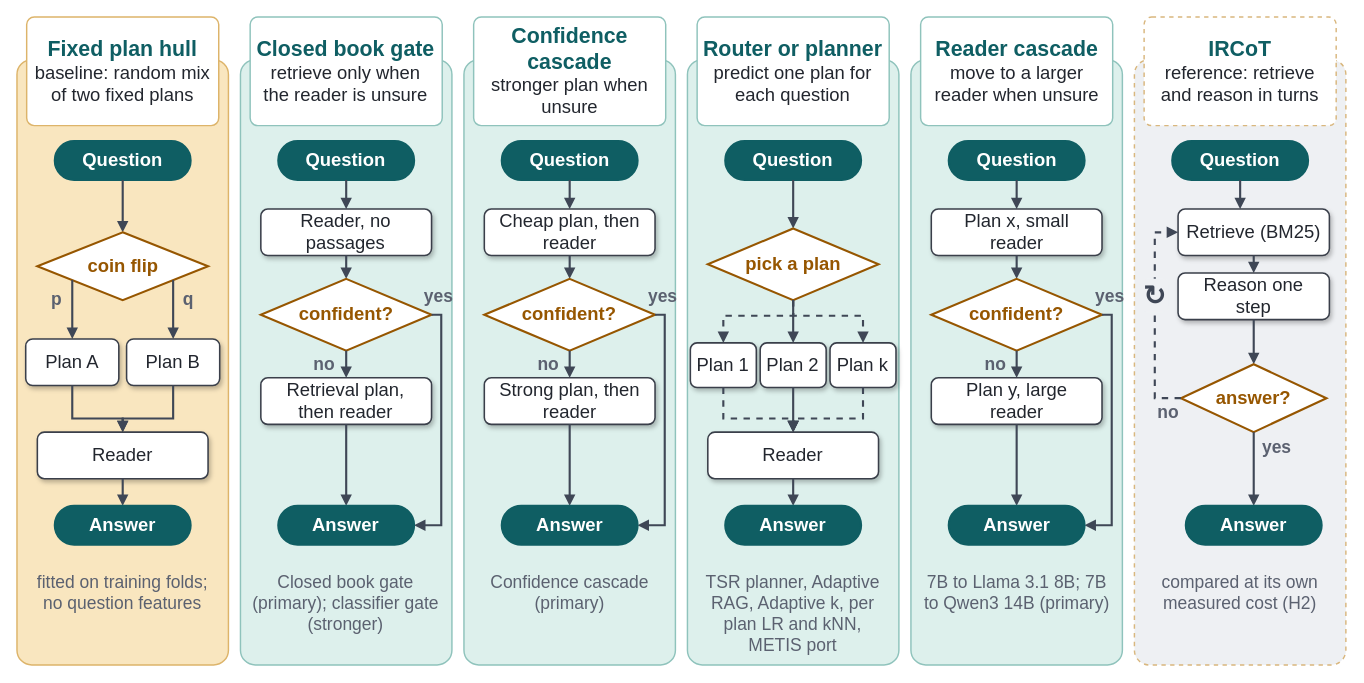
The draw.io diagram results_full/figures_final/fig_policies.drawio in yasirsaleem-lab/FunnelPlan, before the edit. Source tidied: cells renumbered, new cells numbered last; positions are measured from the earlier drawing's top-left corner, leaving out a move shared by most shapes. Both pictures are drawn from the tidied source at 97%, with x=0, y=0 at pixel (16, 16).
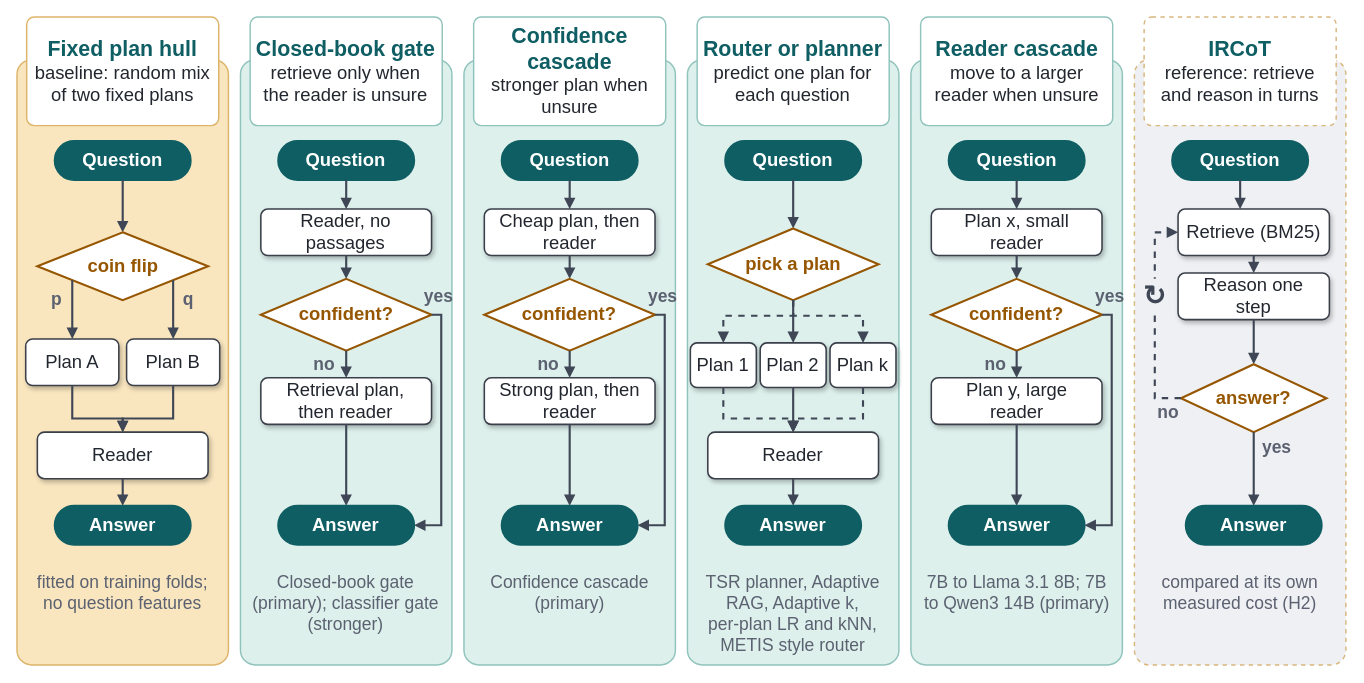
After the change.

Diff of the diagram source:
```diff
@@
-    <mxCell id="28" value="&lt;b&gt;&lt;font style=&quot;font-size:22px&quot; color=&quot;#0F5E63&quot;&gt;Closed book gate&lt;/font&gt;&lt;/b&gt;&lt;br&gt;&lt;font style=&quot;font-size:19px&quot; color=&quot;#22262E&quot;&gt;retrieve only when&lt;/font&gt;&lt;br&gt;&lt;font style=&quot;font-size:19px&quot; color=&quot;#22262E&quot;&gt;the reader is unsure&lt;/font&gt;" style="text;html=1;whiteSpace=wrap;fillColor=none;strokeColor=none;fontFamily=Helvetica;align=center;verticalAlign=middle;spacing=6;" parent="1" vertex="1">
+    <mxCell id="28" value="&lt;b&gt;&lt;font style=&quot;font-size:22px&quot; color=&quot;#0F5E63&quot;&gt;Closed-book gate&lt;/font&gt;&lt;/b&gt;&lt;br&gt;&lt;font style=&quot;font-size:19px&quot; color=&quot;#22262E&quot;&gt;retrieve only when&lt;/font&gt;&lt;br&gt;&lt;font style=&quot;font-size:19px&quot; color=&quot;#22262E&quot;&gt;the reader is unsure&lt;/font&gt;" style="text;html=1;whiteSpace=wrap;fillColor=none;strokeColor=none;fontFamily=Helvetica;align=center;verticalAlign=middle;spacing=6;" parent="1" vertex="1">
       <mxGeometry x="240.4" width="198" height="112" as="geometry" />
     </mxCell>
-    <mxCell id="29" value="&lt;font style=&quot;font-size:18px&quot; color=&quot;#5B6170&quot;&gt;Closed book gate&lt;/font&gt;&lt;br&gt;&lt;font style=&quot;font-size:18px&quot; color=&quot;#5B6170&quot;&gt;(primary); classifier gate&lt;/font&gt;&lt;br&gt;&lt;font style=&quot;font-size:18px&quot; color=&quot;#5B6170&quot;&gt;(stronger)&lt;/font&gt;" style="text;html=1;whiteSpace=wrap;fillColor=none;strokeColor=none;fontFamily=Helvetica;align=center;verticalAlign=top;spacing=4;" parent="1" vertex="1">
+    <mxCell id="29" value="&lt;font style=&quot;font-size:18px&quot; color=&quot;#5B6170&quot;&gt;Closed-book gate&lt;/font&gt;&lt;br&gt;&lt;font style=&quot;font-size:18px&quot; color=&quot;#5B6170&quot;&gt;(primary); classifier gate&lt;/font&gt;&lt;br&gt;&lt;font style=&quot;font-size:18px&quot; color=&quot;#5B6170&quot;&gt;(stronger)&lt;/font&gt;" style="text;html=1;whiteSpace=wrap;fillColor=none;strokeColor=none;fontFamily=Helvetica;align=center;verticalAlign=top;spacing=4;" parent="1" vertex="1">
       <mxGeometry x="236.4" y="564" width="206" height="100" as="geometry" />
     </mxCell>
@@
-    <mxCell id="71" value="&lt;font style=&quot;font-size:18px&quot; color=&quot;#5B6170&quot;&gt;TSR planner, Adaptive&lt;/font&gt;&lt;br&gt;&lt;font style=&quot;font-size:18px&quot; color=&quot;#5B6170&quot;&gt;RAG, Adaptive k, per&lt;/font&gt;&lt;br&gt;&lt;font style=&quot;font-size:18px&quot; color=&quot;#5B6170&quot;&gt;plan LR and kNN,&lt;/font&gt;&lt;br&gt;&lt;font style=&quot;font-size:18px&quot; color=&quot;#5B6170&quot;&gt;METIS port&lt;/font&gt;" style="text;html=1;whiteSpace=wrap;fillColor=none;strokeColor=none;fontFamily=Helvetica;align=center;verticalAlign=top;spacing=4;" parent="1" vertex="1">
+    <mxCell id="71" value="&lt;font style=&quot;font-size:18px&quot; color=&quot;#5B6170&quot;&gt;TSR planner, Adaptive&lt;/font&gt;&lt;br&gt;&lt;font style=&quot;font-size:18px&quot; color=&quot;#5B6170&quot;&gt;RAG, Adaptive k,&lt;/font&gt;&lt;br&gt;&lt;font style=&quot;font-size:18px&quot; color=&quot;#5B6170&quot;&gt;per-plan LR and kNN,&lt;/font&gt;&lt;br&gt;&lt;font style=&quot;font-size:18px&quot; color=&quot;#5B6170&quot;&gt;METIS style router&lt;/font&gt;" style="text;html=1;whiteSpace=wrap;fillColor=none;strokeColor=none;fontFamily=Helvetica;align=center;verticalAlign=top;spacing=4;" parent="1" vertex="1">
       <mxGeometry x="697.2" y="564" width="206" height="100" as="geometry" />
     </mxCell>
```
